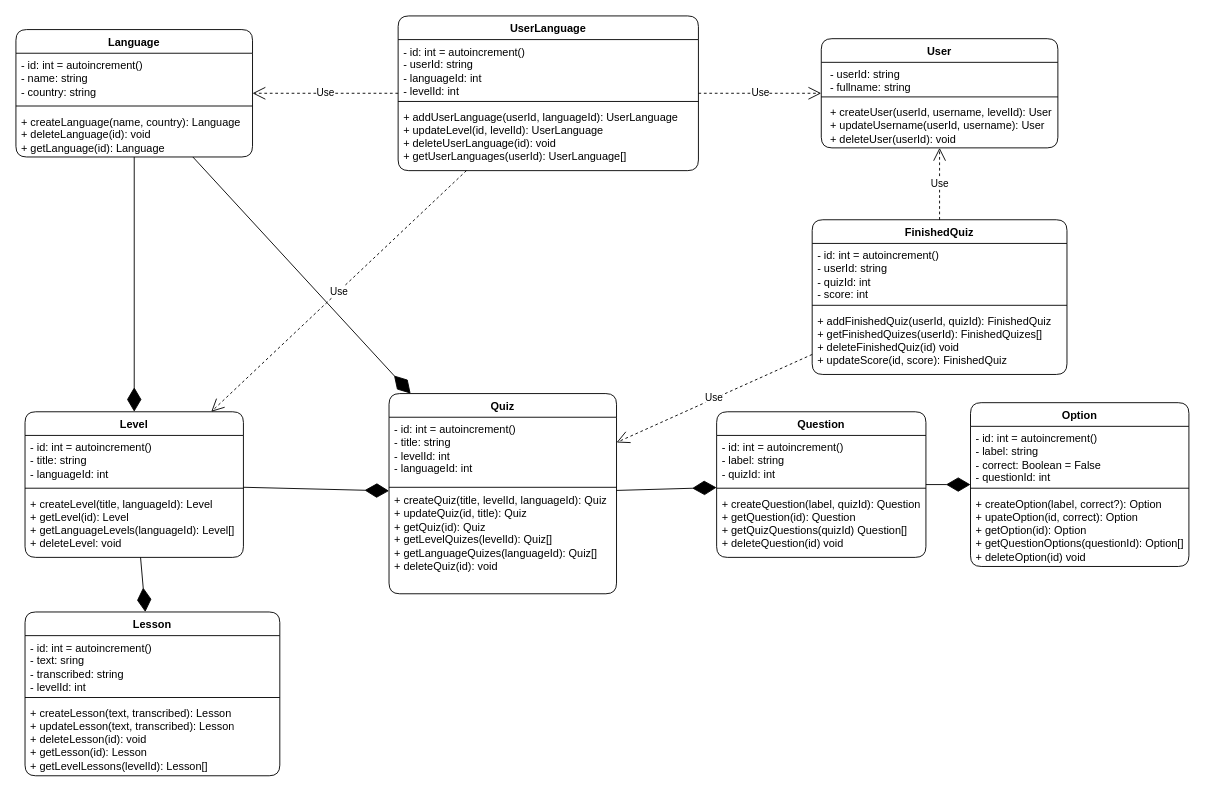
ThommysArt/Linger---ExpressJS-NextJS keeps this draw.io diagram as page "class diagram" (1 of 3) of Docs/Linger.drawio. Above is the earlier version. Source tidied: cells renumbered, new cells numbered last; positions are measured from the earlier drawing's top-left corner, leaving out a move shared by most shapes. Both pictures are drawn from the tidied source at 91%, with x=0, y=0 at pixel (15, 15).
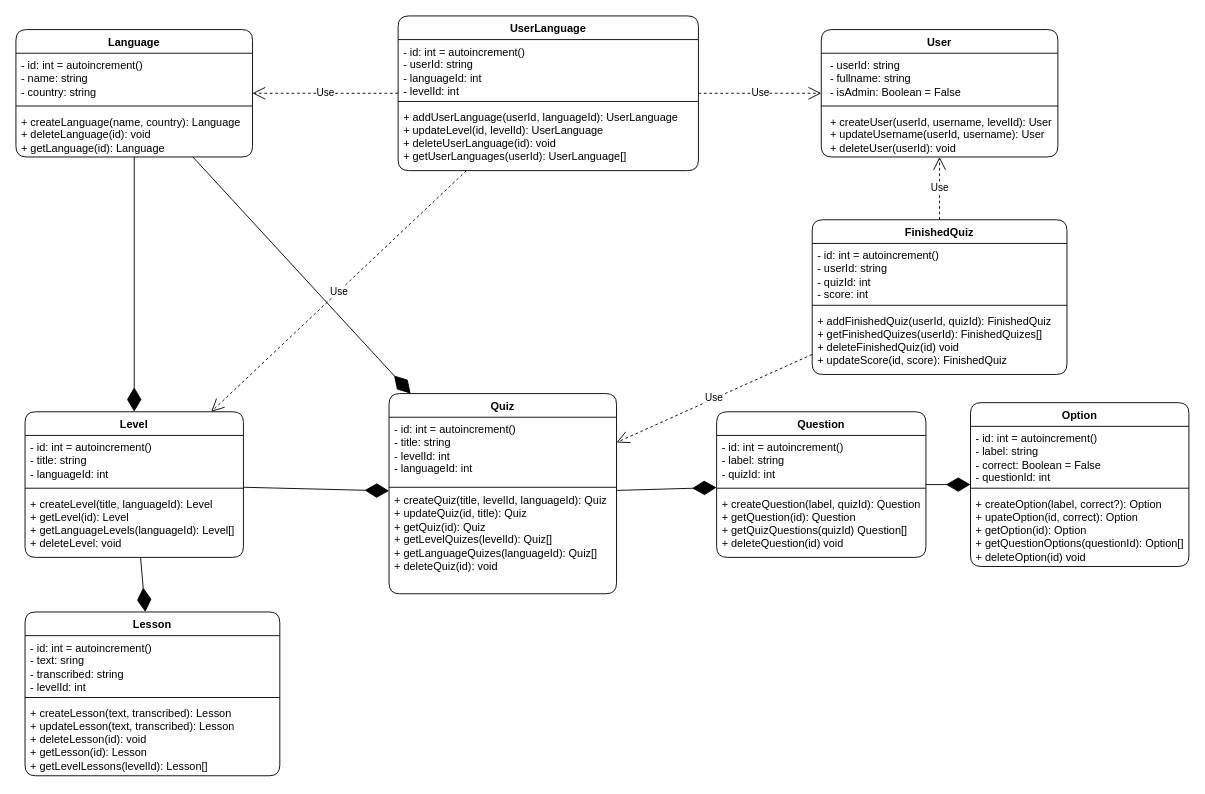
The same diagram, later.

What changed in the source:
```diff
@@
     <mxCell id="2" value="User" style="swimlane;fontStyle=1;align=center;verticalAlign=top;horizontal=1;startSize=26;whiteSpace=wrap;html=1;rounded=1;labelBackgroundColor=none;" parent="1" vertex="1">
-      <mxGeometry x="885" y="25" width="260" height="120" as="geometry" />
+      <mxGeometry x="885" y="15" width="260" height="140" as="geometry" />
     </mxCell>
-    <mxCell id="3" value="&lt;p style=&quot;margin: 0px 0px 0px 4px;&quot;&gt;- userId: string&lt;/p&gt;&lt;p style=&quot;margin: 0px 0px 0px 4px;&quot;&gt;- fullname: string&lt;/p&gt;" style="text;strokeColor=none;fillColor=none;align=left;verticalAlign=top;spacingLeft=4;spacingRight=4;overflow=hidden;whiteSpace=wrap;html=1;rounded=1;labelBackgroundColor=none;" parent="2" vertex="1">
-      <mxGeometry y="26" width="260" height="34" as="geometry" />
+    <mxCell id="3" value="&lt;p style=&quot;margin: 0px 0px 0px 4px;&quot;&gt;- userId: string&lt;/p&gt;&lt;p style=&quot;margin: 0px 0px 0px 4px;&quot;&gt;- fullname: string&lt;/p&gt;&lt;p style=&quot;margin: 0px 0px 0px 4px;&quot;&gt;- isAdmin: Boolean = False&lt;/p&gt;" style="text;strokeColor=none;fillColor=none;align=left;verticalAlign=top;spacingLeft=4;spacingRight=4;overflow=hidden;whiteSpace=wrap;html=1;rounded=1;labelBackgroundColor=none;" parent="2" vertex="1">
+      <mxGeometry y="26" width="260" height="54" as="geometry" />
     </mxCell>
     <mxCell id="4" style="line;strokeWidth=1;fillColor=none;align=left;verticalAlign=middle;spacingTop=-1;spacingLeft=3;spacingRight=3;labelPosition=right;rounded=1;labelBackgroundColor=none;" parent="2" vertex="1">
-      <mxGeometry y="60" width="260" height="8" as="geometry" />
+      <mxGeometry y="80" width="260" height="8" as="geometry" />
     </mxCell>
     <mxCell id="5" value="&lt;p style=&quot;margin: 0px 0px 0px 4px;&quot;&gt;+ createUser(userId, username, levelId): User&lt;/p&gt;&lt;p style=&quot;margin: 0px 0px 0px 4px;&quot;&gt;+ updateUsername(userId, username): User&lt;/p&gt;&lt;p style=&quot;margin: 0px 0px 0px 4px;&quot;&gt;+ deleteUser(userId): void&lt;/p&gt;" style="text;strokeColor=none;fillColor=none;align=left;verticalAlign=top;spacingLeft=4;spacingRight=4;overflow=hidden;whiteSpace=wrap;html=1;rounded=1;labelBackgroundColor=none;" parent="2" vertex="1">
-      <mxGeometry y="68" width="260" height="52" as="geometry" />
+      <mxGeometry y="88" width="260" height="52" as="geometry" />
     </mxCell>
```
